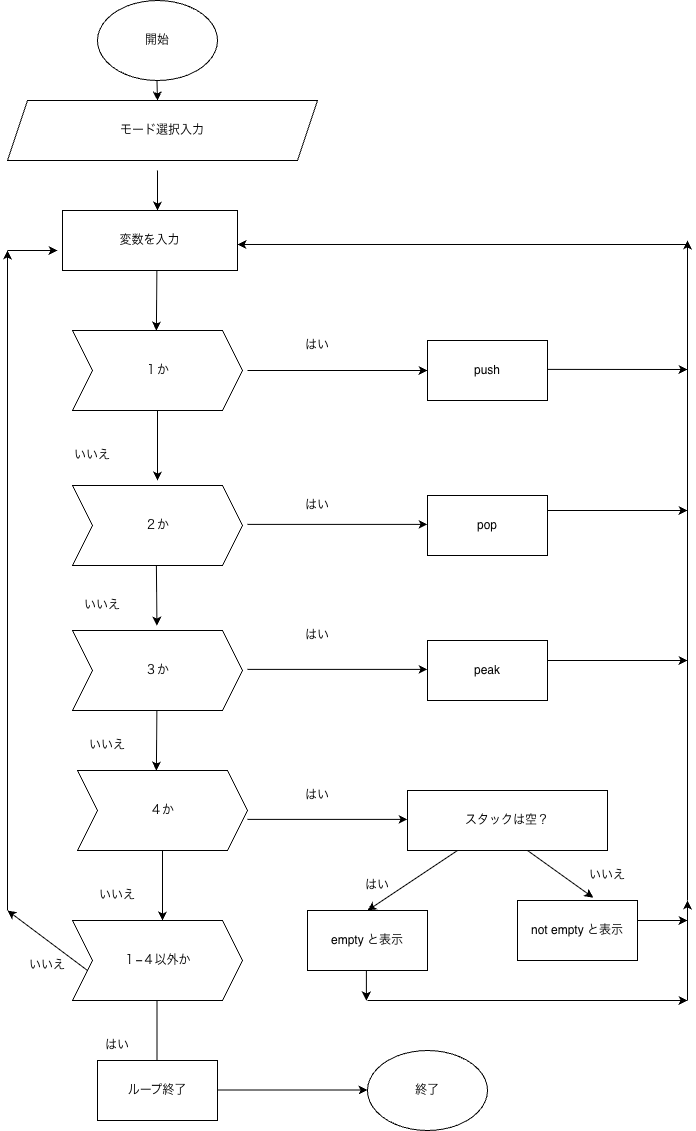
This is lesson01.png from rtakiguchilogz-stack/php5-7, a draw.io export, as it was before one commit. Source tidied: cells renumbered, new cells last; positions are measured from the earlier drawing's top-left corner, leaving out a move shared by most shapes.
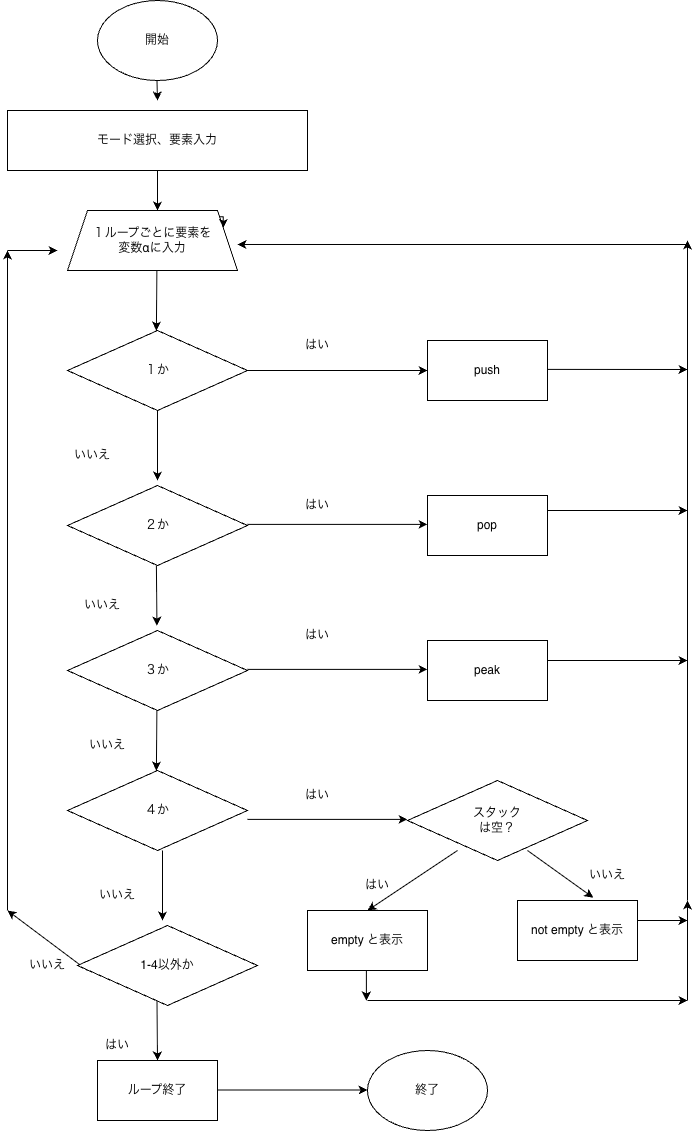
Above is the later version.

The edit, as a diff of the source:
```diff
@@ -5,18 +5,12 @@
     <mxCell id="2" value="開始" style="ellipse;whiteSpace=wrap;html=1;" parent="1" vertex="1">
       <mxGeometry x="90" width="120" height="80" as="geometry" />
     </mxCell>
-    <mxCell id="3" value="変数を入力" style="rounded=0;whiteSpace=wrap;html=1;" parent="1" vertex="1">
-      <mxGeometry x="55" y="210" width="175" height="60" as="geometry" />
-    </mxCell>
     <mxCell id="4" style="endArrow=classic;html=1;rounded=0;" parent="1" edge="1">
       <mxGeometry relative="1" as="geometry">
         <mxPoint x="149.5" y="80" as="sourcePoint" />
         <mxPoint x="150" y="100" as="targetPoint" />
       </mxGeometry>
     </mxCell>
-    <mxCell id="5" value="モード選択入力" style="shape=parallelogram;perimeter=parallelogramPerimeter;whiteSpace=wrap;html=1;fixedSize=1;" parent="1" vertex="1">
-      <mxGeometry y="100" width="310" height="60" as="geometry" />
-    </mxCell>
     <mxCell id="6" style="endArrow=classic;html=1;rounded=0;" parent="1" edge="1">
       <mxGeometry relative="1" as="geometry">
         <mxPoint x="150" y="170" as="sourcePoint" />
@@ -29,44 +23,30 @@
         <mxPoint x="148.9" y="330" as="targetPoint" />
       </mxGeometry>
     </mxCell>
-    <mxCell id="8" value="１か" style="shape=step;perimeter=stepPerimeter;whiteSpace=wrap;html=1;fixedSize=1;" parent="1" vertex="1">
-      <mxGeometry x="65" y="330" width="170" height="80" as="geometry" />
-    </mxCell>
-    <mxCell id="9" style="endArrow=classic;html=1;rounded=0;exitX=0.5;exitY=1;exitDx=0;exitDy=0;" parent="1" edge="1" source="8">
+    <mxCell id="9" style="endArrow=classic;html=1;rounded=0;exitX=0.5;exitY=1;exitDx=0;exitDy=0;" parent="1" edge="1">
       <mxGeometry relative="1" as="geometry">
+        <mxPoint x="150" y="410" as="sourcePoint" />
         <mxPoint x="150" y="480" as="targetPoint" />
       </mxGeometry>
     </mxCell>
-    <mxCell id="10" value="２か" style="shape=step;perimeter=stepPerimeter;whiteSpace=wrap;html=1;fixedSize=1;" parent="1" vertex="1">
-      <mxGeometry x="65" y="485" width="170" height="80" as="geometry" />
-    </mxCell>
     <mxCell id="11" style="endArrow=classic;html=1;rounded=0;" parent="1" edge="1">
       <mxGeometry relative="1" as="geometry">
         <mxPoint x="148.9" y="565" as="sourcePoint" />
         <mxPoint x="149.4" y="625" as="targetPoint" />
       </mxGeometry>
     </mxCell>
-    <mxCell id="12" value="３か" style="shape=step;perimeter=stepPerimeter;whiteSpace=wrap;html=1;fixedSize=1;" parent="1" vertex="1">
-      <mxGeometry x="65" y="630" width="170" height="80" as="geometry" />
-    </mxCell>
     <mxCell id="13" style="endArrow=classic;html=1;rounded=0;" parent="1" edge="1">
       <mxGeometry relative="1" as="geometry">
         <mxPoint x="149.4" y="710" as="sourcePoint" />
         <mxPoint x="148.9" y="770" as="targetPoint" />
       </mxGeometry>
     </mxCell>
-    <mxCell id="14" value="４か" style="shape=step;perimeter=stepPerimeter;whiteSpace=wrap;html=1;fixedSize=1;" parent="1" vertex="1">
-      <mxGeometry x="70" y="770" width="170" height="80" as="geometry" />
-    </mxCell>
     <mxCell id="15" value="push" style="rounded=0;whiteSpace=wrap;html=1;" parent="1" vertex="1">
       <mxGeometry x="420" y="340" width="120" height="60" as="geometry" />
     </mxCell>
     <mxCell id="16" value="not empty と表示" style="rounded=0;whiteSpace=wrap;html=1;" parent="1" vertex="1">
       <mxGeometry x="510" y="900" width="120" height="60" as="geometry" />
     </mxCell>
-    <mxCell id="17" value="スタックは空？" style="rounded=0;whiteSpace=wrap;html=1;" parent="1" vertex="1">
-      <mxGeometry x="400" y="790" width="200" height="60" as="geometry" />
-    </mxCell>
     <mxCell id="18" style="endArrow=classic;html=1;rounded=0;" parent="1" edge="1">
       <mxGeometry relative="1" as="geometry">
         <mxPoint x="450" y="850" as="sourcePoint" />
@@ -111,14 +91,12 @@
     <mxCell id="26" value="peak" style="rounded=0;whiteSpace=wrap;html=1;" parent="1" vertex="1">
       <mxGeometry x="420" y="640" width="120" height="60" as="geometry" />
     </mxCell>
-    <mxCell id="27" style="endArrow=classic;html=1;rounded=0;exitX=0.5;exitY=1;exitDx=0;exitDy=0;" parent="1" edge="1" source="14">
+    <mxCell id="27" style="endArrow=classic;html=1;rounded=0;exitX=0.5;exitY=1;exitDx=0;exitDy=0;" parent="1" edge="1">
       <mxGeometry relative="1" as="geometry">
+        <mxPoint x="155" y="850" as="sourcePoint" />
         <mxPoint x="155" y="920" as="targetPoint" />
       </mxGeometry>
     </mxCell>
-    <mxCell id="28" value="１−４以外か" style="shape=step;perimeter=stepPerimeter;whiteSpace=wrap;html=1;fixedSize=1;" parent="1" vertex="1">
-      <mxGeometry x="65" y="920" width="170" height="80" as="geometry" />
-    </mxCell>
     <mxCell id="29" style="endArrow=classic;html=1;rounded=0;entryX=1.006;entryY=0.633;entryDx=0;entryDy=0;entryPerimeter=0;" parent="1" edge="1">
       <mxGeometry relative="1" as="geometry">
         <mxPoint x="680" y="244" as="sourcePoint" />
@@ -211,10 +189,9 @@
     <mxCell id="49" value="はい" style="text;html=1;whiteSpace=wrap;strokeColor=none;fillColor=none;align=center;verticalAlign=middle;rounded=0;" parent="1" vertex="1">
       <mxGeometry x="80" y="1030" width="60" height="30" as="geometry" />
     </mxCell>
-    <mxCell id="50" style="endArrow=classic;html=1;rounded=0;exitX=0.5;exitY=1;exitDx=0;exitDy=0;" parent="1" edge="1">
+    <mxCell id="50" style="endArrow=classic;html=1;rounded=0;exitX=0.5;exitY=1;exitDx=0;exitDy=0;entryX=0.5;entryY=0;entryDx=0;entryDy=0;" parent="1" edge="1" target="51">
       <mxGeometry relative="1" as="geometry">
         <mxPoint x="149.5" y="1000" as="sourcePoint" />
-        <mxPoint x="149.5" y="1070" as="targetPoint" />
       </mxGeometry>
     </mxCell>
     <mxCell id="51" value="ループ終了" style="whiteSpace=wrap;html=1;" parent="1" vertex="1">
@@ -244,5 +221,32 @@
     <mxCell id="56" value="終了" style="ellipse;whiteSpace=wrap;html=1;" parent="1" vertex="1">
       <mxGeometry x="360" y="1050" width="120" height="80" as="geometry" />
     </mxCell>
+    <mxCell id="57" value="モード選択、要素入力" style="whiteSpace=wrap;html=1;" parent="1" vertex="1">
+      <mxGeometry y="110" width="300" height="60" as="geometry" />
+    </mxCell>
+    <mxCell id="58" value="１ループごとに要素を&lt;div&gt;変数αに入力&lt;/div&gt;" style="shape=trapezoid;perimeter=trapezoidPerimeter;whiteSpace=wrap;html=1;fixedSize=1;" parent="1" vertex="1">
+      <mxGeometry x="60" y="210" width="170" height="60" as="geometry" />
+    </mxCell>
+    <mxCell id="59" style="edgeStyle=orthogonalEdgeStyle;rounded=0;orthogonalLoop=1;jettySize=auto;html=1;exitX=1;exitY=0;exitDx=0;exitDy=0;entryX=1;entryY=0.25;entryDx=0;entryDy=0;" parent="1" edge="1" source="58" target="58">
+      <mxGeometry relative="1" as="geometry" />
+    </mxCell>
+    <mxCell id="8" value="１か" style="rhombus;whiteSpace=wrap;html=1;" parent="1" vertex="1">
+      <mxGeometry x="60" y="330" width="180" height="80" as="geometry" />
+    </mxCell>
+    <mxCell id="10" value="２か" style="rhombus;whiteSpace=wrap;html=1;" parent="1" vertex="1">
+      <mxGeometry x="60" y="485" width="180" height="80" as="geometry" />
+    </mxCell>
+    <mxCell id="12" value="３か" style="rhombus;whiteSpace=wrap;html=1;" parent="1" vertex="1">
+      <mxGeometry x="60" y="630" width="180" height="80" as="geometry" />
+    </mxCell>
+    <mxCell id="14" value="４か" style="rhombus;whiteSpace=wrap;html=1;" parent="1" vertex="1">
+      <mxGeometry x="60" y="770" width="180" height="80" as="geometry" />
+    </mxCell>
+    <mxCell id="60" value="スタック&lt;div&gt;は空？&lt;/div&gt;" style="rhombus;whiteSpace=wrap;html=1;" parent="1" vertex="1">
+      <mxGeometry x="400" y="780" width="180" height="80" as="geometry" />
+    </mxCell>
+    <mxCell id="61" value="1-4以外か" style="rhombus;whiteSpace=wrap;html=1;" parent="1" vertex="1">
+      <mxGeometry x="70" y="925" width="180" height="80" as="geometry" />
+    </mxCell>
   </root>
 </mxGraphModel>
```
